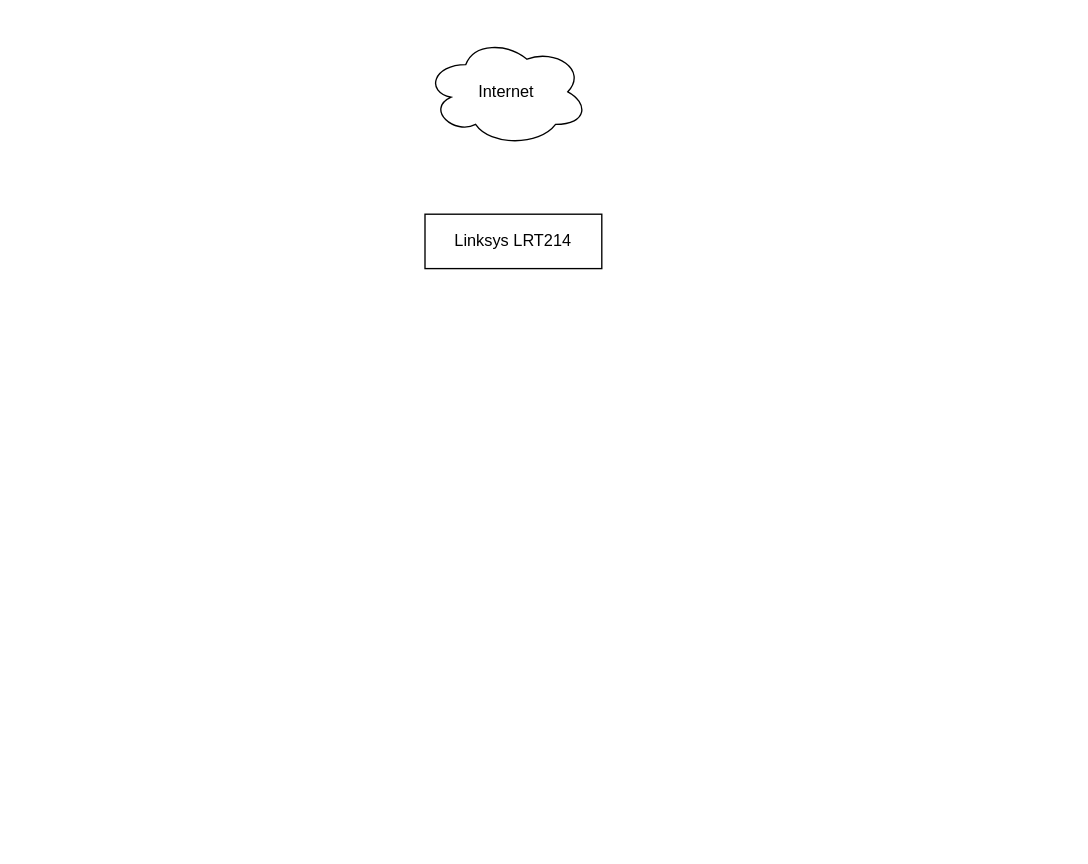
Earlier version of the draw.io diagram Experiments.drawio (jakobum/draw.io). Source tidied: cells renumbered, new cells numbered last; positions are measured from the earlier drawing's top-left corner, leaving out a move shared by most shapes. Both pictures are drawn from the tidied source at 136%, with x=0, y=0 at pixel (424, 37).
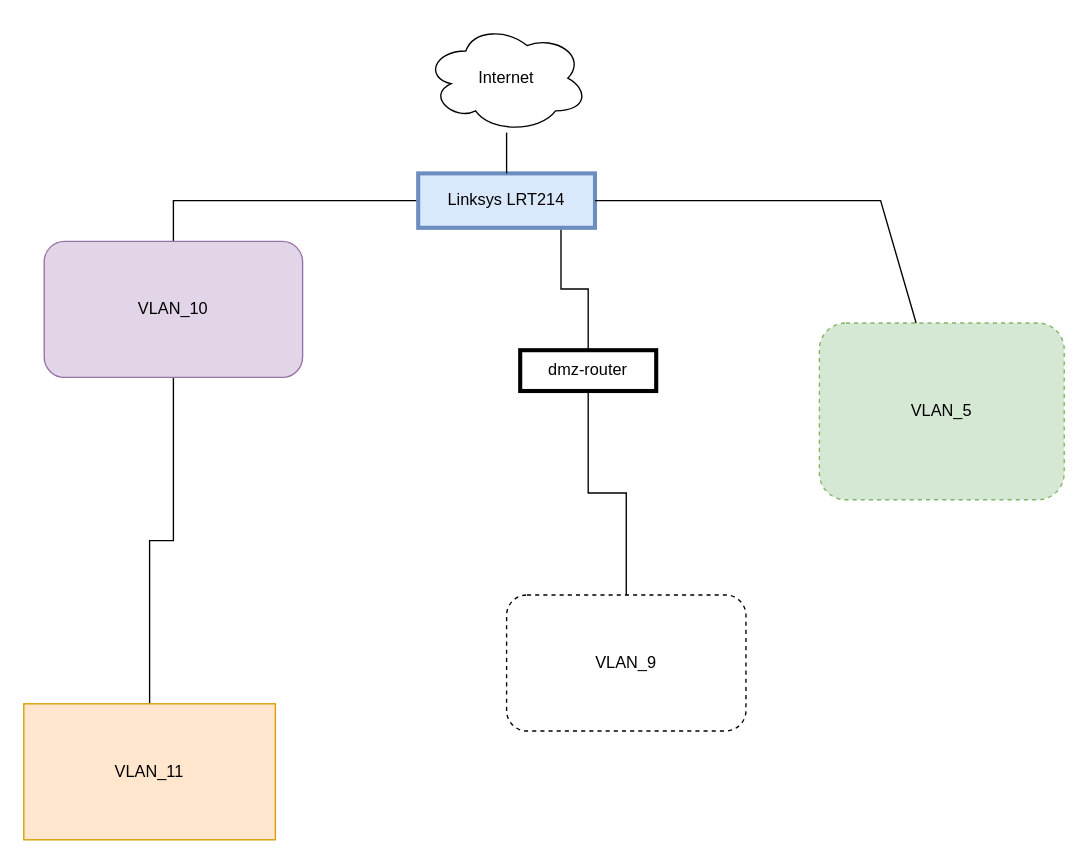
Above is the later version.

What changed in the source:
```diff
@@
 <mxGraphModel>
   <root>
     <mxCell id="0" />
     <mxCell id="1" parent="0" />
     <mxCell id="2" value="&lt;div&gt;Internet&lt;/div&gt;" style="ellipse;shape=cloud;whiteSpace=wrap;html=1;" parent="1" vertex="1">
-      <mxGeometry width="120" height="80" as="geometry" />
+      <mxGeometry y="-10" width="120" height="80" as="geometry" />
     </mxCell>
+    <mxCell id="4" style="edgeStyle=orthogonalEdgeStyle;rounded=0;jettySize=auto;html=1;endArrow=none;endFill=0;" parent="1" edge="1" source="3" target="10">
+      <mxGeometry relative="1" as="geometry" />
+    </mxCell>
+    <mxCell id="5" style="edgeStyle=orthogonalEdgeStyle;rounded=0;jettySize=auto;html=1;endArrow=none;endFill=0;" parent="1" edge="1" source="3" target="14">
+      <mxGeometry relative="1" as="geometry">
+        <Array as="points">
+          <mxPoint x="100" y="185" />
+          <mxPoint x="120" y="185" />
+        </Array>
+      </mxGeometry>
+    </mxCell>
-    <mxCell id="3" value="Linksys&amp;nbsp;LRT214" style="rounded=0;whiteSpace=wrap;html=1;" parent="1" vertex="1">
-      <mxGeometry y="130" width="130" height="40" as="geometry" />
+    <mxCell id="3" value="Linksys&amp;nbsp;LRT214" style="rounded=0;whiteSpace=wrap;html=1;fillColor=#dae8fc;strokeColor=#6c8ebf;strokeWidth=3;" parent="1" vertex="1">
+      <mxGeometry x="-5" y="100" width="130" height="40" as="geometry" />
     </mxCell>
+    <mxCell id="6" style="endArrow=none;html=1;rounded=0;" parent="1" edge="1" source="3" target="2">
+      <mxGeometry relative="1" as="geometry" />
+    </mxCell>
+    <mxCell id="7" value="&lt;div&gt;VLAN_5&lt;/div&gt;" style="rounded=1;whiteSpace=wrap;html=1;fillColor=#d5e8d4;strokeColor=#82b366;dashed=1;" parent="1" vertex="1">
+      <mxGeometry x="290" y="210" width="180" height="130" as="geometry" />
+    </mxCell>
+    <mxCell id="8" style="endArrow=none;html=1;rounded=0;" parent="1" edge="1" source="7" target="3">
+      <mxGeometry relative="1" as="geometry">
+        <Array as="points">
+          <mxPoint x="335" y="120" />
+        </Array>
+      </mxGeometry>
+    </mxCell>
+    <mxCell id="9" style="edgeStyle=orthogonalEdgeStyle;rounded=0;jettySize=auto;html=1;endArrow=none;endFill=0;" parent="1" edge="1" source="10" target="11">
+      <mxGeometry relative="1" as="geometry" />
+    </mxCell>
+    <mxCell id="10" value="VLAN_10" style="rounded=1;whiteSpace=wrap;html=1;fillColor=#e1d5e7;strokeColor=#9673a6;gradientColor=none;" parent="1" vertex="1">
+      <mxGeometry x="-280" y="150" width="190" height="100" as="geometry" />
+    </mxCell>
+    <mxCell id="11" value="VLAN_11" style="rounded=0;whiteSpace=wrap;html=1;fillColor=#ffe6cc;strokeColor=#d79b00;" parent="1" vertex="1">
+      <mxGeometry x="-295" y="490" width="185" height="100" as="geometry" />
+    </mxCell>
+    <mxCell id="12" value="VLAN_9" style="rounded=1;whiteSpace=wrap;html=1;dashed=1;" parent="1" vertex="1">
+      <mxGeometry x="60" y="410" width="176" height="100" as="geometry" />
+    </mxCell>
+    <mxCell id="13" style="edgeStyle=orthogonalEdgeStyle;rounded=0;jettySize=auto;html=1;endArrow=none;endFill=0;" parent="1" edge="1" source="14" target="12">
+      <mxGeometry relative="1" as="geometry" />
+    </mxCell>
+    <mxCell id="14" value="dmz-router" style="rounded=0;whiteSpace=wrap;html=1;strokeWidth=3;" parent="1" vertex="1">
+      <mxGeometry x="70" y="230" width="100" height="30" as="geometry" />
+    </mxCell>
   </root>
 </mxGraphModel>
```
